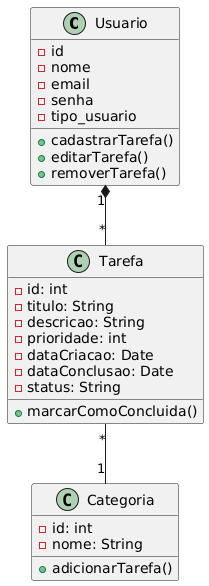
The PlantUML diagram ProjetoToDoListAF/docs/diagrams/diagrama_de_classes.png in MateusOliveiraT25/ProjetosNodeJs, before a commit.
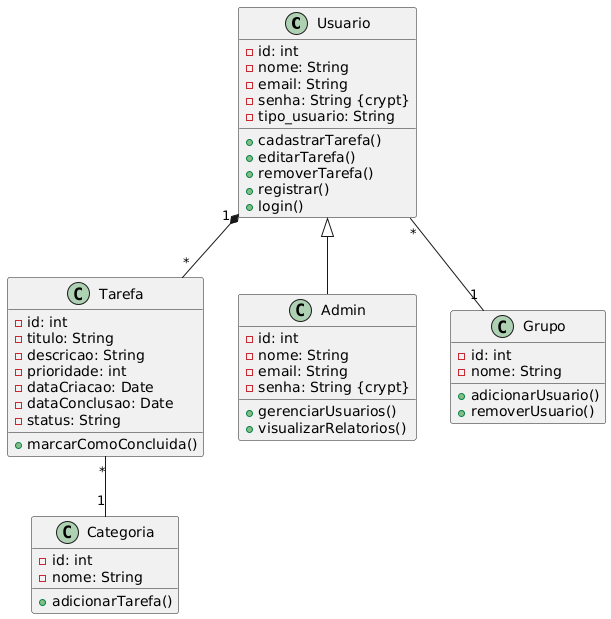
Later version of the same file.

Change to the diagram source:
```diff
@@ -1,13 +1,15 @@
 @startuml
 class Usuario {
-    - id
-    - nome
-    - email
-    - senha
-    - tipo_usuario
+    - id: int
+    - nome: String
+    - email: String
+    - senha: String {crypt}
+    - tipo_usuario: String
     + cadastrarTarefa()
     + editarTarefa()
     + removerTarefa()
+    + registrar()
+    + login()
 }
 
 class Tarefa {
@@ -27,9 +29,24 @@
     + adicionarTarefa()
 }
 
+class Admin {
+    - id: int
+    - nome: String
+    - email: String
+    - senha: String {crypt}
+    + gerenciarUsuarios()
+    + visualizarRelatorios()
+}
+
+class Grupo {
+    - id: int
+    - nome: String
+    + adicionarUsuario()
+    + removerUsuario()
+}
+
 Usuario "1" *-- "*" Tarefa
 Tarefa "*" -- "1" Categoria
-
-
-}
+Usuario <|-- Admin
+Usuario "*" -- "1" Grupo
 @enduml
```
